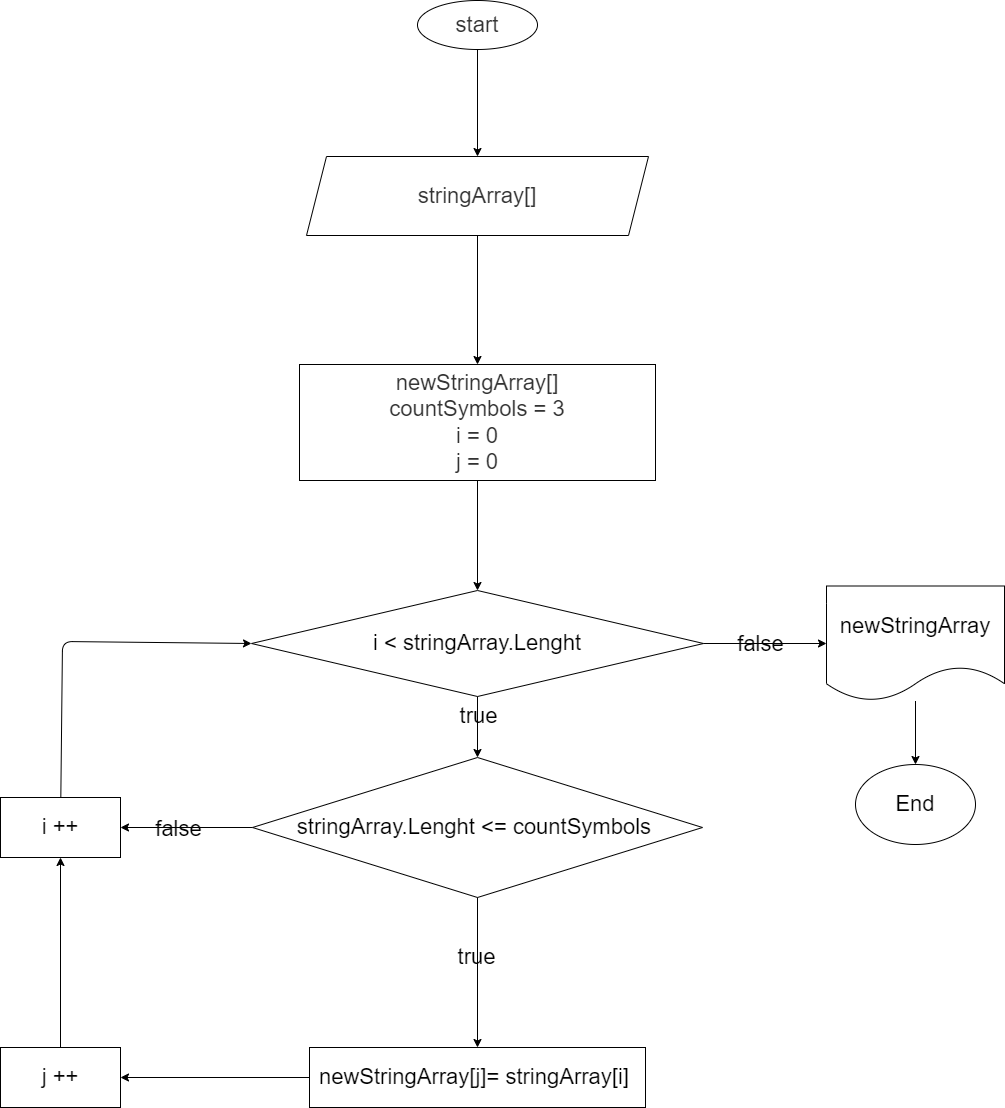
Earlier version of the draw.io export task_1/diagram.drawio.png (Kir017/HomeworkBlockResults). Source tidied: cells renumbered, new cells last; positions are measured from the earlier drawing's top-left corner, leaving out a move shared by most shapes.
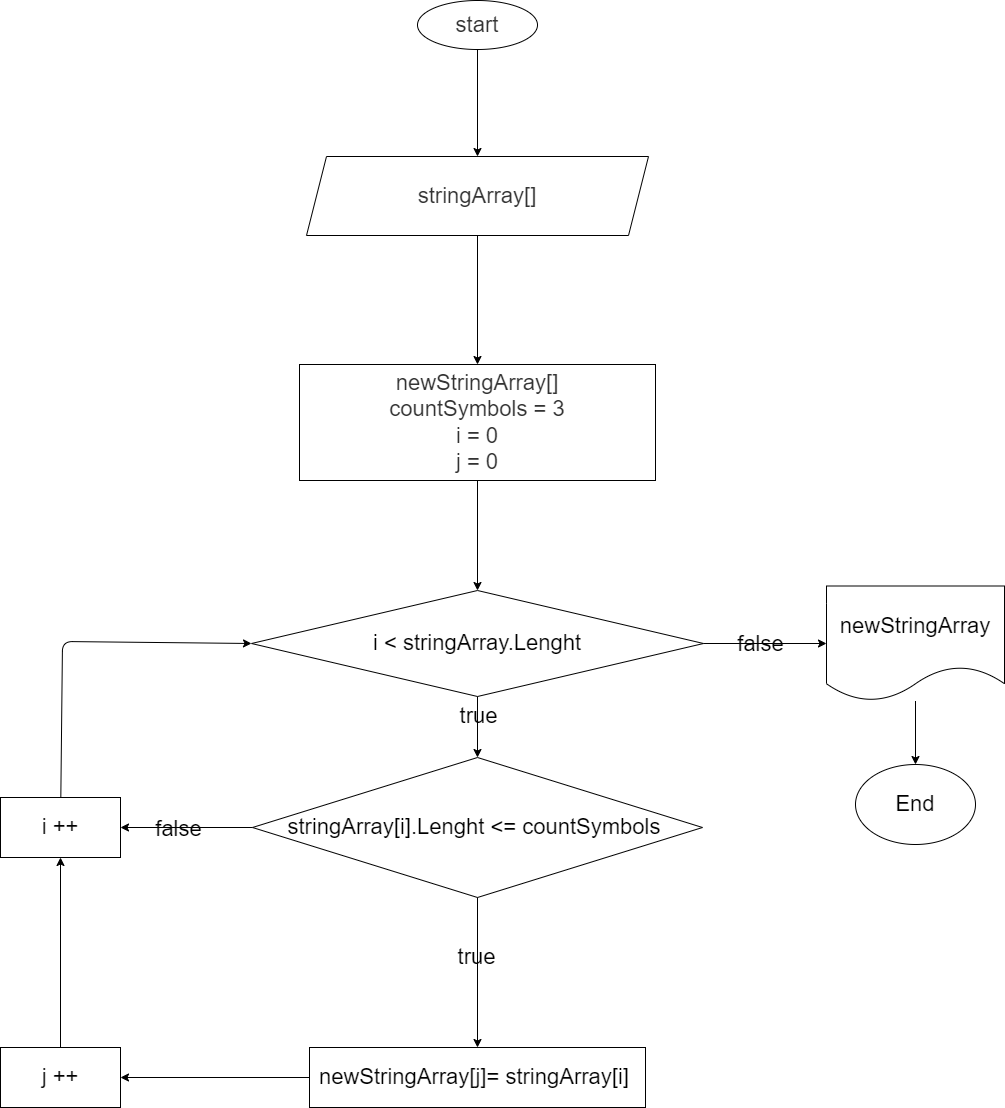
The same file after the commit.

Commit message:
нашел и исправил ошибку в блок схеме

Change to the diagram source:
```diff
@@ -37,7 +37,7 @@
     <mxCell id="12" value="false" style="edgeStyle=none;exitX=0;exitY=0.5;exitDx=0;exitDy=0;entryX=1;entryY=0.5;entryDx=0;entryDy=0;fontSize=22;labelBackgroundColor=none;fontColor=#000000;html=1;strokeColor=#000000;" parent="1" edge="1" source="13" target="16">
       <mxGeometry x="0.12" y="2" relative="1" as="geometry" />
     </mxCell>
-    <mxCell id="13" value="stringArray.Lenght &amp;lt;= countSymbols&amp;nbsp;" style="rhombus;labelBackgroundColor=none;fontSize=22;fontColor=#000000;whiteSpace=wrap;html=1;fillColor=none;strokeColor=#000000;" parent="1" vertex="1">
+    <mxCell id="13" value="stringArray[i].Lenght &amp;lt;= countSymbols&amp;nbsp;" style="rhombus;labelBackgroundColor=none;fontSize=22;fontColor=#000000;whiteSpace=wrap;html=1;fillColor=none;strokeColor=#000000;" parent="1" vertex="1">
       <mxGeometry x="252" y="757" width="450" height="140" as="geometry" />
     </mxCell>
     <mxCell id="14" style="edgeStyle=none;entryX=1;entryY=0.5;entryDx=0;entryDy=0;fontSize=22;exitX=0;exitY=0.5;exitDx=0;exitDy=0;labelBackgroundColor=none;fontColor=#000000;html=1;strokeColor=#000000;" parent="1" edge="1" source="19" target="18">
```
